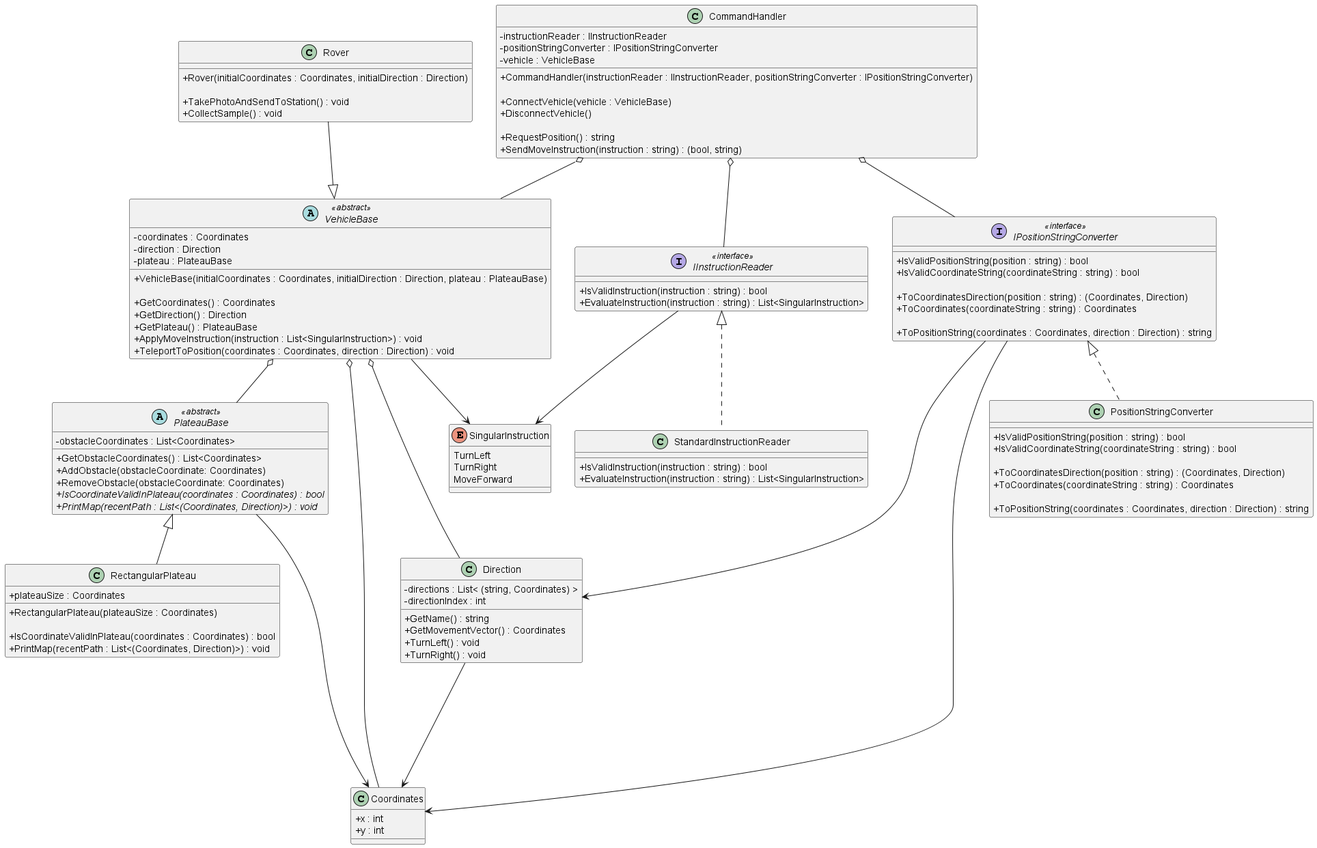
The PlantUML diagram diagrams/Mars Rover Challenge.png in iamfranco/MarsRoverChallenge, before a commit.
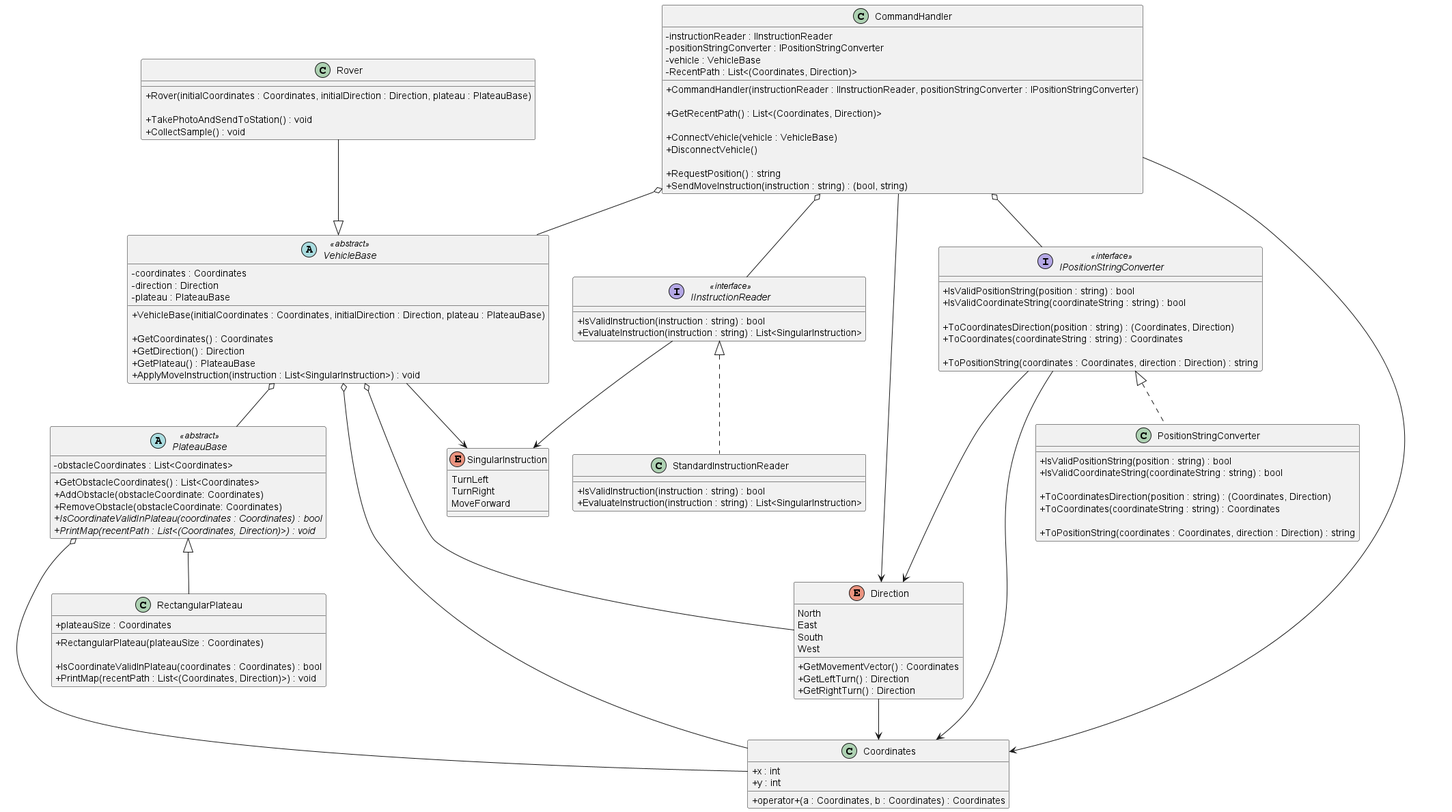
The same diagram one commit later.

Commit message:
UML: change Direction from Class to Enum, rearrange orderings to follow file structure

Change to the diagram source:
```diff
@@ -1,5 +1,23 @@
 @startuml "Mars Rover Challenge"
 skinparam classAttributeIconSize 0
+
+class CommandHandler
+{
+  - instructionReader : IInstructionReader
+  - positionStringConverter : IPositionStringConverter
+  - vehicle : VehicleBase
+  - RecentPath : List<&#40;Coordinates, Direction&#41;>
+
+  + CommandHandler(instructionReader : IInstructionReader, positionStringConverter : IPositionStringConverter)
+
+  + GetRecentPath() : List<(Coordinates, Direction)>
+
+  + ConnectVehicle(vehicle : VehicleBase)
+  + DisconnectVehicle()
+
+  + RequestPosition() : string
+  + SendMoveInstruction(instruction : string) : (bool, string)
+}
 
 interface IInstructionReader <<interface>>
 {
@@ -45,17 +63,20 @@
 {
   + x : int
   + y : int
+
+  + operator+(a : Coordinates, b : Coordinates) : Coordinates
 }
 
-class Direction
+enum Direction
 {
-  - directions : List< &#40;string, Coordinates&#41; >
-  - directionIndex : int
+  North
+  East
+  South
+  West
 
-  + GetName() : string
   + GetMovementVector() : Coordinates
-  + TurnLeft() : void
-  + TurnRight() : void
+  + GetLeftTurn() : Direction
+  + GetRightTurn() : Direction
 }
 
 interface IPositionStringConverter <<interface>>
@@ -80,6 +101,14 @@
   + ToPositionString(coordinates : Coordinates, direction : Direction) : string
 }
 
+class Rover
+{
+  + Rover(initialCoordinates : Coordinates, initialDirection : Direction, plateau : PlateauBase)
+
+  + TakePhotoAndSendToStation() : void
+  + CollectSample() : void
+}
+
 abstract VehicleBase <<abstract>>
 {
   - coordinates : Coordinates
@@ -92,35 +121,13 @@
   + GetDirection() : Direction
   + GetPlateau() : PlateauBase
   + ApplyMoveInstruction(instruction : List<SingularInstruction>) : void
-  + TeleportToPosition(coordinates : Coordinates, direction : Direction) : void
-}
-
-class Rover
-{
-  + Rover(initialCoordinates : Coordinates, initialDirection : Direction)
-
-  + TakePhotoAndSendToStation() : void
-  + CollectSample() : void
-}
-
-class CommandHandler
-{
-  - instructionReader : IInstructionReader
-  - positionStringConverter : IPositionStringConverter
-  - vehicle : VehicleBase
-
-  + CommandHandler(instructionReader : IInstructionReader, positionStringConverter : IPositionStringConverter)
-
-  + ConnectVehicle(vehicle : VehicleBase)
-  + DisconnectVehicle()
-
-  + RequestPosition() : string
-  + SendMoveInstruction(instruction : string) : (bool, string)
 }
 
 CommandHandler o-- IInstructionReader
 CommandHandler o-- IPositionStringConverter
 CommandHandler o-- VehicleBase
+CommandHandler -----> Coordinates
+CommandHandler ----> Direction
 
 IInstructionReader --> SingularInstruction
 IInstructionReader <|.. StandardInstructionReader
@@ -133,10 +140,10 @@
 
 IPositionStringConverter <|.. PositionStringConverter
 IPositionStringConverter ---> Direction
-IPositionStringConverter ---> Coordinates
+IPositionStringConverter ----> Coordinates
 
 PlateauBase <|-- RectangularPlateau
-PlateauBase -----> Coordinates
+PlateauBase o--- Coordinates
 
 Direction --> Coordinates
 
```
